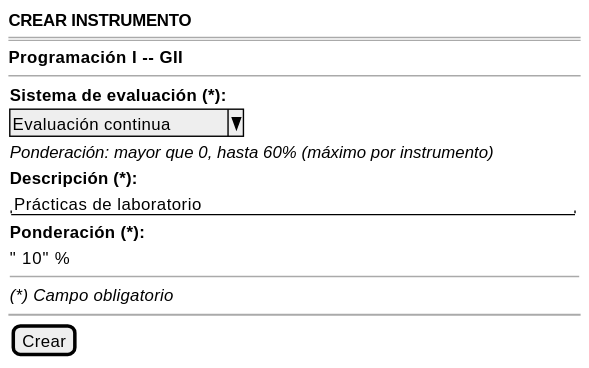
Above: images/RUP/01-requisitos/03-detalle-casos-uso/crearPonderacionEvaluacion/wireframe-formulario.svg in mmasias/pyCeldaPublico (PlantUML), before the change. Source of this version:
```plantuml
@startsalt crearPonderacionEvaluacion-wireframe-formulario
{
    <b>CREAR INSTRUMENTO</b>
    ====
    <b>Programación I -- GII</b>
    --
    {
        <b>Sistema de evaluación (*):</b>
        ^Evaluación continua^
        <i>Ponderación: mayor que 0, hasta 60% (máximo por instrumento)</i>
        <b>Descripción (*):</b>
        "Prácticas de laboratorio                          "
        <b>Ponderación (*):</b>
        "  10" %
        --
        <i>(*) Campo obligatorio</i>
    }
    ~~
    {[Crear]}
}
@endsalt
```
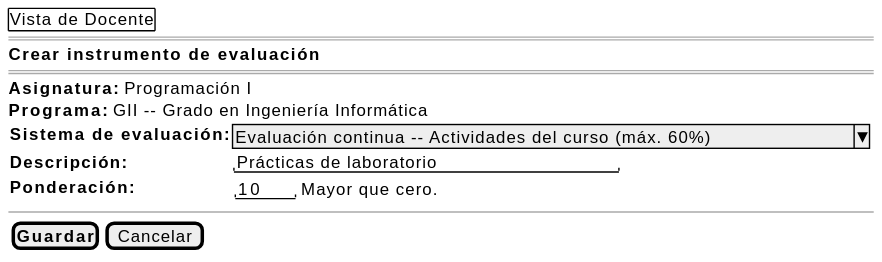
Above is the later version.

The edit, as a diff of the source:
```diff
@@ -1,21 +1,17 @@
 @startsalt crearPonderacionEvaluacion-wireframe-formulario
 {
-    <b>CREAR INSTRUMENTO</b>
+    {+ Vista de Docente }
     ====
-    <b>Programación I -- GII</b>
+    <b>Crear instrumento de evaluación</b>
+    ====
+    <b>Asignatura:</b> Programación I
+    <b>Programa:</b> GII -- Grado en Ingeniería Informática
+    {
+        <b>Sistema de evaluación:</b> | ^Evaluación continua -- Actividades del curso (máx. 60%)^
+        <b>Descripción:</b> | "Prácticas de laboratorio          "
+        <b>Ponderación:</b> | {"10   " | Mayor que cero.}
+    }
     --
-    {
-        <b>Sistema de evaluación (*):</b>
-        ^Evaluación continua^
-        <i>Ponderación: mayor que 0, hasta 60% (máximo por instrumento)</i>
-        <b>Descripción (*):</b>
-        "Prácticas de laboratorio                          "
-        <b>Ponderación (*):</b>
-        "  10" %
-        --
-        <i>(*) Campo obligatorio</i>
-    }
-    ~~
-    {[Crear]}
+    {[<b>Guardar</b>] | [Cancelar]}
 }
 @endsalt
```
